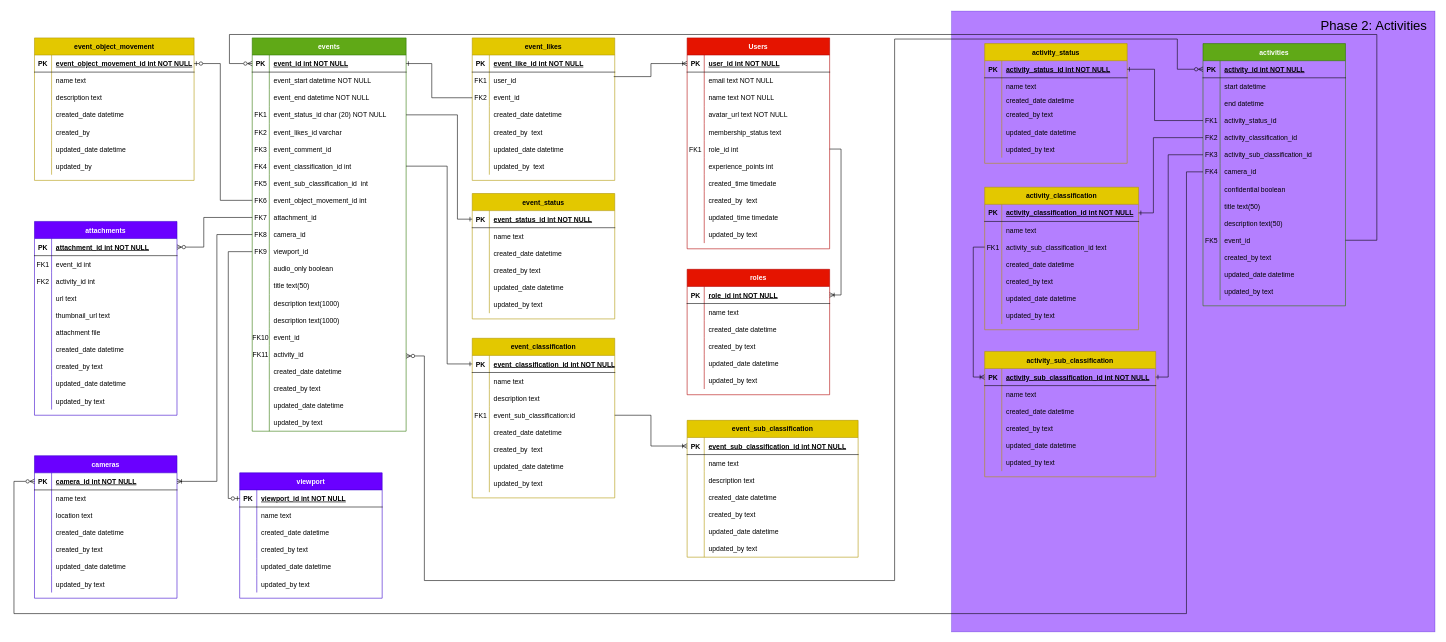
Above: diagrams/swr_datamodel.drawio in skinwalker-ranch-insiders/anomaly_reporting_diagrams (draw.io), before the change. Source tidied: cells renumbered, new cells numbered last; positions are measured from the earlier drawing's top-left corner, leaving out a move shared by most shapes. Both pictures are drawn from the tidied source at 57%, with x=0, y=0 at pixel (14, 11).
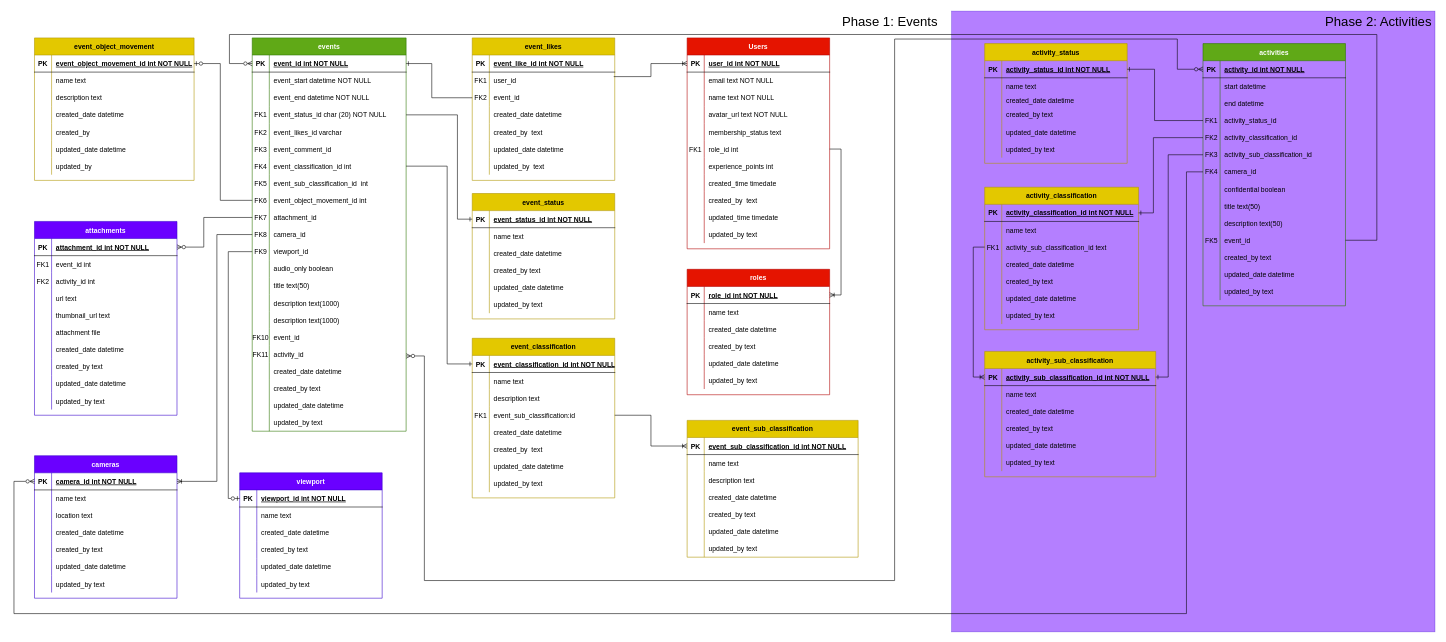
After the change.

The edit, as a diff of the source:
```diff
@@
     <mxCell id="424" value="Phase 2: Activities" style="text;html=1;strokeColor=none;fillColor=none;align=center;verticalAlign=middle;whiteSpace=wrap;rounded=0;fontSize=23;opacity=50;" parent="1" vertex="1">
-      <mxGeometry x="2285" y="6" width="202" height="40" as="geometry" />
+      <mxGeometry x="2293" y="-2" width="202" height="40" as="geometry" />
     </mxCell>
@@
+    <mxCell id="426" value="Phase 1: Events" style="text;html=1;strokeColor=none;fillColor=none;align=center;verticalAlign=middle;whiteSpace=wrap;rounded=0;fontSize=23;opacity=50;" parent="1" vertex="1">
+      <mxGeometry x="1436" y="-2" width="202" height="40" as="geometry" />
+    </mxCell>
```
